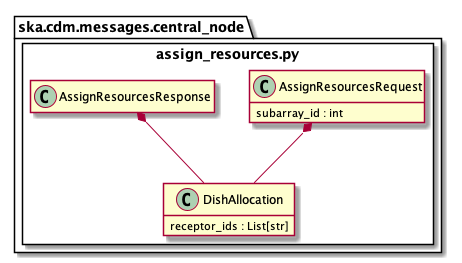
Earlier version of the PlantUML export docs/src/developer/centralnode/assignresources.png (ska-telescope/cdm-shared-library).
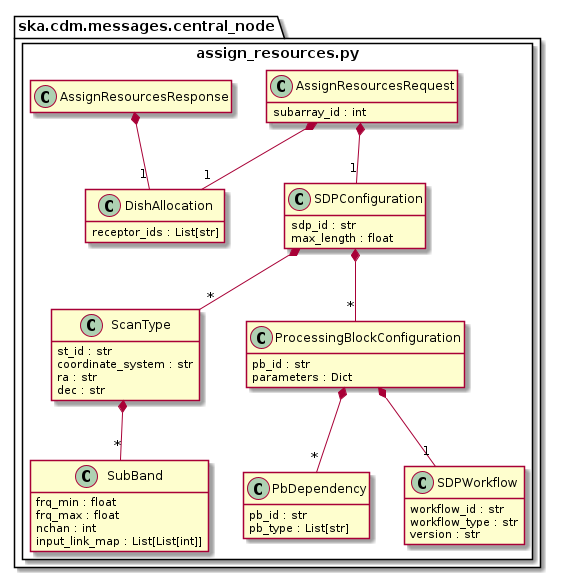
The same file after the commit.

What changed in the source:
```diff
@@ -7,13 +7,54 @@
 			receptor_ids : List[str]
 		}
 
+        class SubBand {
+            frq_min : float
+            frq_max : float
+            nchan : int
+            input_link_map : List[List[int]]
+        }
+
+        class ScanType {
+            st_id : str
+            coordinate_system : str
+            ra : str
+            dec : str
+        }
+        ScanType *-- "*" SubBand
+
+        class PbDependency {
+            pb_id : str
+            pb_type : List[str]
+        }
+
+        class SDPWorkflow {
+            workflow_id : str
+            workflow_type : str
+            version : str
+        }
+
+        class ProcessingBlockConfiguration {
+            pb_id : str
+            parameters : Dict
+        }
+        ProcessingBlockConfiguration  *-- "1" SDPWorkflow
+        ProcessingBlockConfiguration  *-- "*" PbDependency
+
+        class SDPConfiguration {
+            sdp_id : str
+            max_length : float
+		}
+        SDPConfiguration *-- "*" ScanType
+        SDPConfiguration *-- "*" ProcessingBlockConfiguration
+
 		class AssignResourcesRequest {
 			subarray_id : int
 		}
-		AssignResourcesRequest *-- DishAllocation
+		AssignResourcesRequest *-- "1" DishAllocation
+        AssignResourcesRequest *-- "1" SDPConfiguration
 
 		class AssignResourcesResponse
-		AssignResourcesResponse *-- DishAllocation
+		AssignResourcesResponse *-- "1" DishAllocation
 	}
 }
 
```
